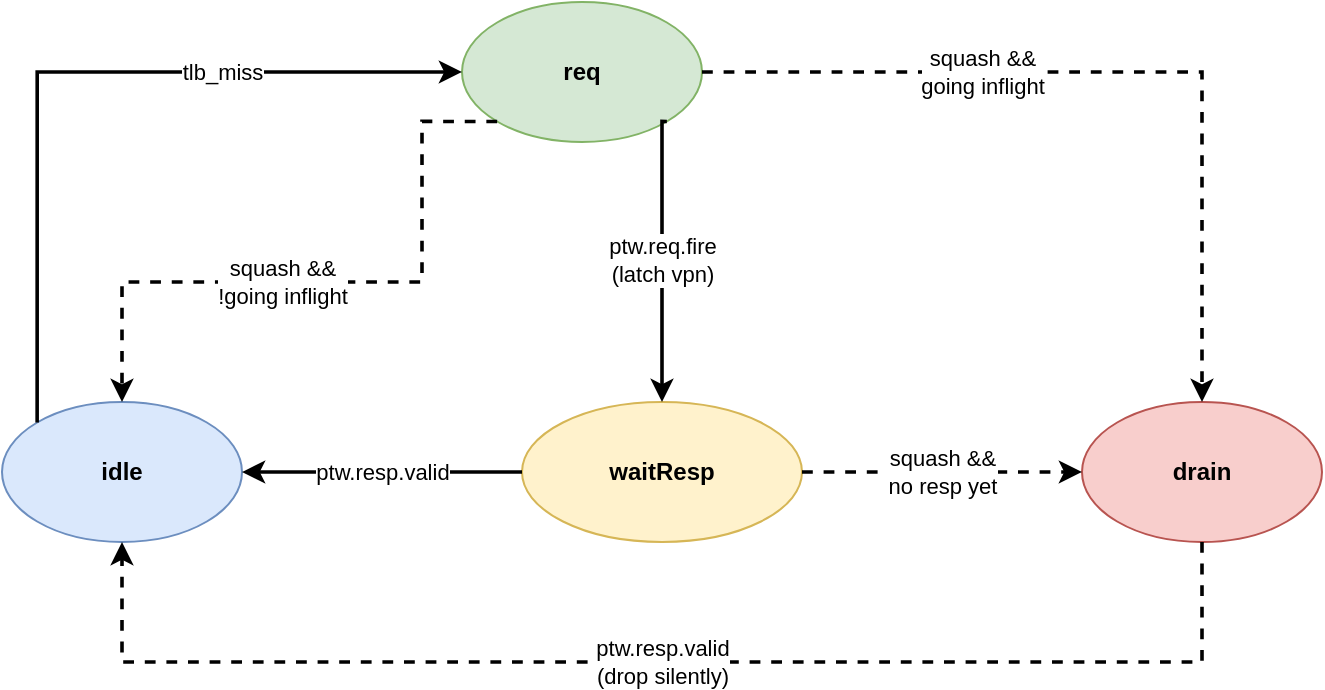
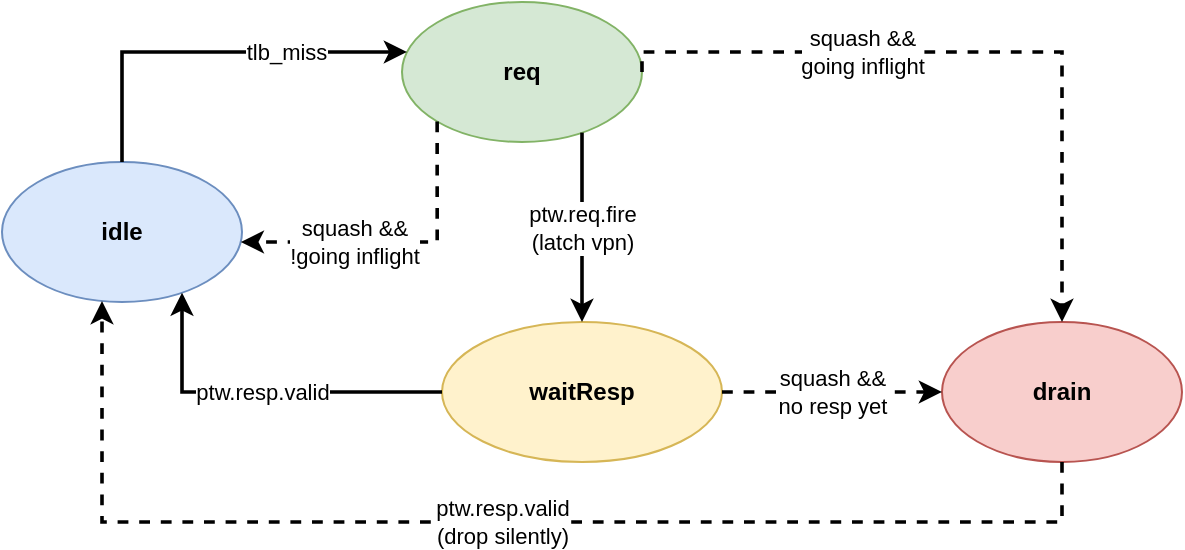
<mxfile host="65bd71144e">
    <diagram id="0cYqlLkk5p51HEr6Kz7O" name="Page-1">
-         <mxGraphModel dx="966" dy="786" grid="1" gridSize="10" guides="1" tooltips="1" connect="1" arrows="1" fold="1" page="0" pageScale="1" pageWidth="1100" pageHeight="620" math="0" shadow="0">
+         <mxGraphModel dx="773" dy="629" grid="1" gridSize="10" guides="1" tooltips="1" connect="1" arrows="1" fold="1" page="0" pageScale="1" pageWidth="1100" pageHeight="620" math="0" shadow="0">
            <root>
                <mxCell id="0"/>
                <mxCell id="1" parent="0"/>
                <mxCell id="idle" value="idle" style="ellipse;whiteSpace=wrap;html=1;fillColor=#dae8fc;strokeColor=#6c8ebf;fontStyle=1;" parent="1" vertex="1">
-                     <mxGeometry x="60" y="240" width="120" height="70" as="geometry"/>
+                     <mxGeometry x="80" y="130" width="120" height="70" as="geometry"/>
                </mxCell>
                <mxCell id="req" value="req" style="ellipse;whiteSpace=wrap;html=1;fillColor=#d5e8d4;strokeColor=#82b366;fontStyle=1;" parent="1" vertex="1">
-                     <mxGeometry x="290" y="40" width="120" height="70" as="geometry"/>
+                     <mxGeometry x="280" y="50" width="120" height="70" as="geometry"/>
                </mxCell>
                <mxCell id="wait" value="waitResp" style="ellipse;whiteSpace=wrap;html=1;fillColor=#fff2cc;strokeColor=#d6b656;fontStyle=1;" parent="1" vertex="1">
-                     <mxGeometry x="320" y="240" width="140" height="70" as="geometry"/>
+                     <mxGeometry x="300" y="210" width="140" height="70" as="geometry"/>
                </mxCell>
                <mxCell id="drain" value="drain" style="ellipse;whiteSpace=wrap;html=1;fillColor=#f8cecc;strokeColor=#b85450;fontStyle=1;" parent="1" vertex="1">
-                     <mxGeometry x="600" y="240" width="120" height="70" as="geometry"/>
+                     <mxGeometry x="550" y="210" width="120" height="70" as="geometry"/>
                </mxCell>
-                 <mxCell id="e1" value="tlb_miss" style=" endArrow=classic;edgeStyle=orthogonalEdgeStyle;rounded=0;html=1;strokeWidth=1.8;exitX=0;exitY=0;exitDx=0;exitDy=0;" parent="1" source="idle" target="req" edge="1">
+                 <mxCell id="e1" value="tlb_miss" style=" endArrow=classic;edgeStyle=orthogonalEdgeStyle;rounded=0;html=1;strokeWidth=1.8;" parent="1" target="req" edge="1">
                    <mxGeometry x="0.3809" relative="1" as="geometry">
                        <Array as="points">
-                             <mxPoint x="78" y="75"/>
+                             <mxPoint x="140" y="75"/>
                        </Array>
                        <mxPoint as="offset"/>
+                         <mxPoint x="140" y="130" as="sourcePoint"/>
                    </mxGeometry>
                </mxCell>
-                 <mxCell id="e2" value="ptw.req.fire&#10;(latch vpn)" style=" endArrow=classic;edgeStyle=orthogonalEdgeStyle;rounded=0;html=1;strokeWidth=1.8;exitX=1;exitY=1;exitDx=0;exitDy=0;entryX=0.5;entryY=0;entryDx=0;entryDy=0;" parent="1" source="req" target="wait" edge="1">
+                 <mxCell id="e2" value="ptw.req.fire&#10;(latch vpn)" style=" endArrow=classic;edgeStyle=orthogonalEdgeStyle;rounded=0;html=1;strokeWidth=1.8;" parent="1" source="req" target="wait" edge="1">
                    <mxGeometry relative="1" as="geometry">
                        <Array as="points">
-                             <mxPoint x="390" y="100"/>
+                             <mxPoint x="370" y="160"/>
+                             <mxPoint x="370" y="160"/>
                        </Array>
+                         <mxPoint x="358" y="120" as="sourcePoint"/>
+                         <mxPoint x="350" y="212" as="targetPoint"/>
                    </mxGeometry>
                </mxCell>
                <mxCell id="e3" value="ptw.resp.valid" style=" endArrow=classic;edgeStyle=orthogonalEdgeStyle;rounded=0;html=1;strokeWidth=1.8;" parent="1" source="wait" target="idle" edge="1">
                    <mxGeometry relative="1" as="geometry">
                        <Array as="points">
-                             <mxPoint x="260" y="275"/>
-                             <mxPoint x="260" y="275"/>
+                             <mxPoint x="170" y="245"/>
                        </Array>
                    </mxGeometry>
                </mxCell>
                <mxCell id="e4" value="squash &amp;&amp;&#10;going inflight" style=" endArrow=classic;edgeStyle=orthogonalEdgeStyle;rounded=0;html=1;strokeWidth=1.8;dashed=1;exitX=1;exitY=0.5;exitDx=0;exitDy=0;" parent="1" source="req" target="drain" edge="1">
                    <mxGeometry x="-0.3253" relative="1" as="geometry">
                        <Array as="points">
-                             <mxPoint x="660" y="75"/>
+                             <mxPoint x="400" y="75"/>
+                             <mxPoint x="610" y="75"/>
                        </Array>
                        <mxPoint as="offset"/>
                    </mxGeometry>
                </mxCell>
                <mxCell id="e5" value="squash &amp;&amp;&#10;no resp yet" style=" endArrow=classic;edgeStyle=orthogonalEdgeStyle;rounded=0;html=1;strokeWidth=1.8;dashed=1;" parent="1" source="wait" target="drain" edge="1">
                    <mxGeometry relative="1" as="geometry"/>
                </mxCell>
-                 <mxCell id="e6" value="ptw.resp.valid&#10;(drop silently)" style=" endArrow=classic;edgeStyle=orthogonalEdgeStyle;rounded=0;html=1;strokeWidth=1.8;dashed=1;" parent="1" source="drain" edge="1">
+                 <mxCell id="e6" value="ptw.resp.valid&#10;(drop silently)" style=" endArrow=classic;edgeStyle=orthogonalEdgeStyle;rounded=0;html=1;strokeWidth=1.8;dashed=1;" parent="1" source="drain" edge="1" target="idle">
                    <mxGeometry relative="1" as="geometry">
                        <Array as="points">
-                             <mxPoint x="660" y="370"/>
-                             <mxPoint x="120" y="370"/>
+                             <mxPoint x="610" y="310"/>
+                             <mxPoint x="130" y="310"/>
                        </Array>
                        <mxPoint x="120" y="310" as="targetPoint"/>
                    </mxGeometry>
                </mxCell>
-                 <mxCell id="e7" value="squash &amp;&amp;&#10;!going inflight" style=" endArrow=classic;edgeStyle=orthogonalEdgeStyle;rounded=0;html=1;strokeWidth=1.8;dashed=1;exitY=1;entryY=0;entryX=0.5;entryDx=0;entryDy=0;exitX=0;exitDx=0;exitDy=0;" parent="1" source="req" target="idle" edge="1">
-                     <mxGeometry x="0.146" relative="1" as="geometry">
+                 <mxCell id="e7" value="squash &amp;&amp;&#10;!going inflight" style=" endArrow=classic;edgeStyle=orthogonalEdgeStyle;rounded=0;html=1;strokeWidth=1.8;dashed=1;exitY=1;exitX=0;exitDx=0;exitDy=0;" parent="1" source="req" target="idle" edge="1">
+                     <mxGeometry x="0.2886" relative="1" as="geometry">
                        <Array as="points">
-                             <mxPoint x="270" y="100"/>
-                             <mxPoint x="270" y="180"/>
-                             <mxPoint x="120" y="180"/>
+                             <mxPoint x="297" y="170"/>
                        </Array>
                        <mxPoint as="offset"/>
                    </mxGeometry>
                </mxCell>
            </root>
        </mxGraphModel>
    </diagram>
</mxfile>